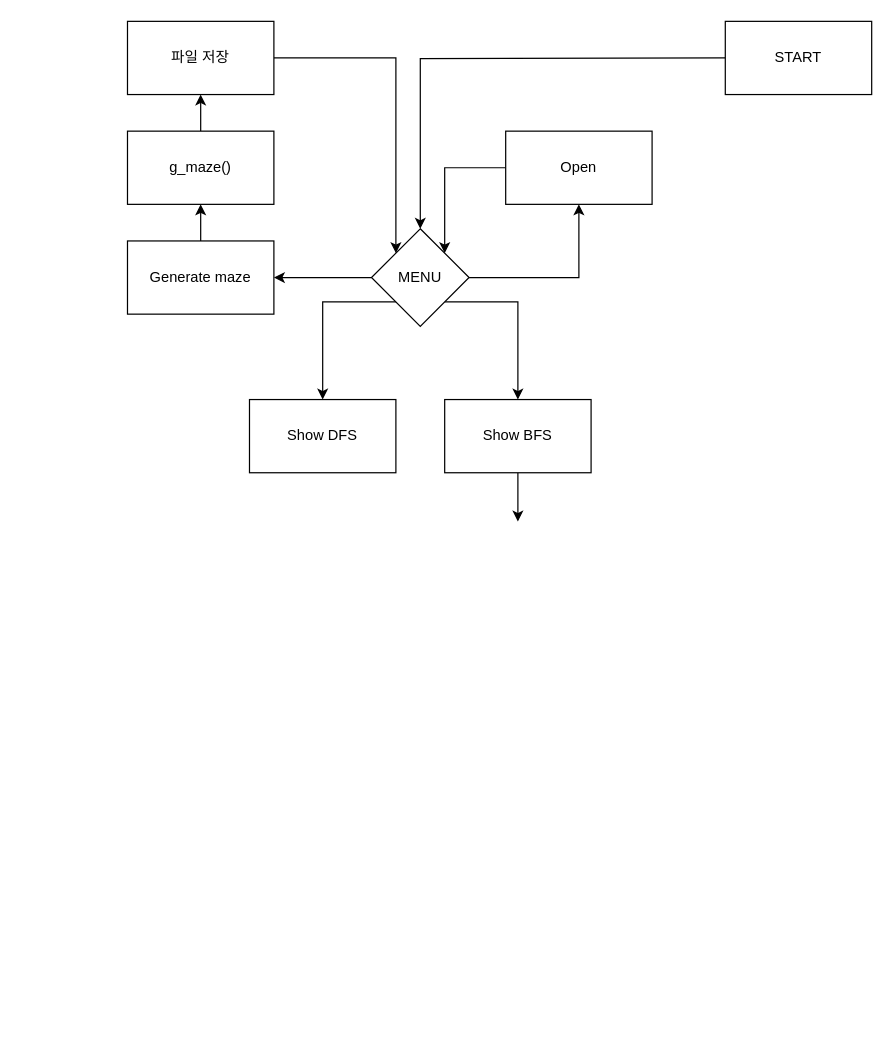
Above: maze_project.drawio in kmj582/draw.io (draw.io), before the change. Source tidied: cells renumbered, new cells numbered last; positions are measured from the earlier drawing's top-left corner, leaving out a move shared by most shapes. Both pictures are drawn from the tidied source at 122%, with x=0, y=0 at pixel (127, 21).
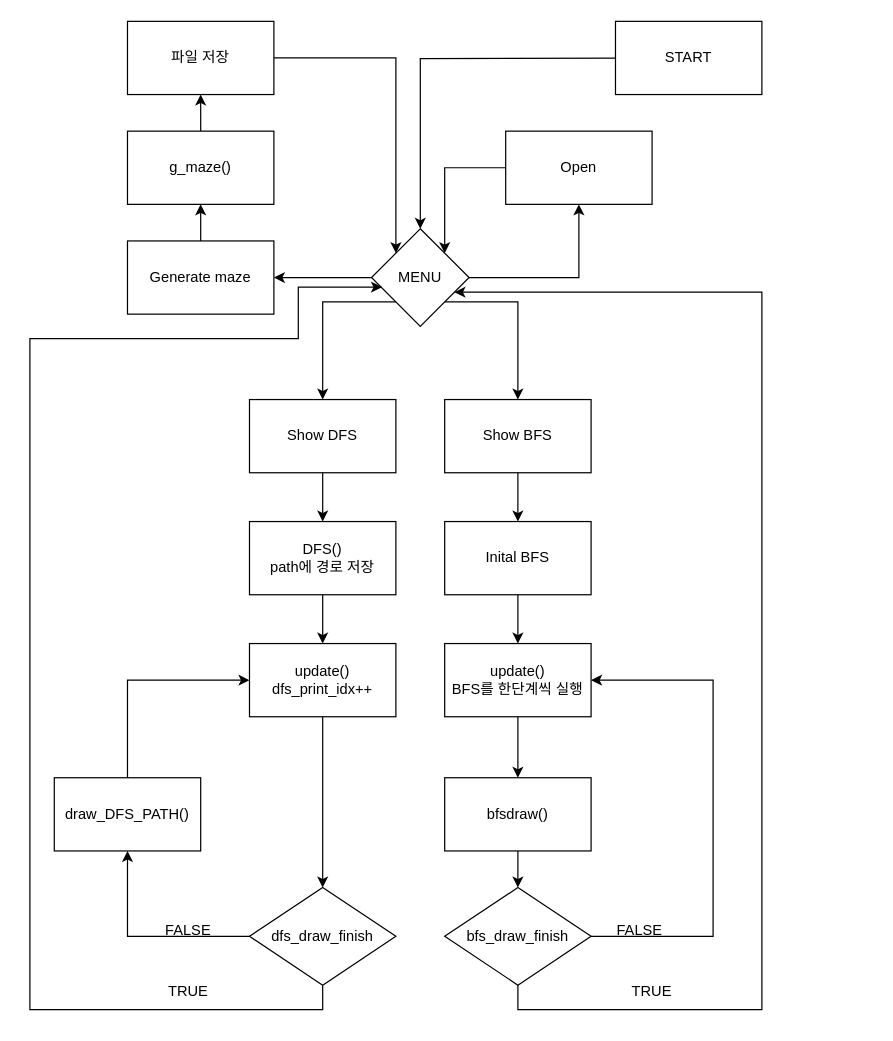
Above is the later version.

The change refers to these unchanged cells:
```xml
<mxCell id="6" value="MENU" style="rhombus;whiteSpace=wrap;html=1;" parent="1" vertex="1">
  <mxGeometry x="200" y="170" width="80" height="80" as="geometry" />
</mxCell>
<mxCell id="16" value="Show DFS" style="rounded=0;whiteSpace=wrap;html=1;" parent="1" vertex="1">
  <mxGeometry x="100" y="310" width="120" height="60" as="geometry" />
</mxCell>
```

Change to the diagram source:
```diff
@@
+    <mxCell id="20" style="edgeStyle=orthogonalEdgeStyle;rounded=0;jettySize=auto;html=1;exitX=0.5;exitY=1;exitDx=0;exitDy=0;entryX=0.5;entryY=0;entryDx=0;entryDy=0;" parent="1" edge="1" source="16" target="33">
+      <mxGeometry relative="1" as="geometry" />
+    </mxCell>
@@
     <mxCell id="19" value="START" style="rounded=0;whiteSpace=wrap;html=1;" parent="1" vertex="1">
-      <mxGeometry x="490" width="120" height="60" as="geometry" />
+      <mxGeometry x="400" width="120" height="60" as="geometry" />
     </mxCell>
+    <mxCell id="21" style="edgeStyle=orthogonalEdgeStyle;rounded=0;jettySize=auto;html=1;exitX=0.5;exitY=1;exitDx=0;exitDy=0;entryX=0.5;entryY=0;entryDx=0;entryDy=0;" parent="1" edge="1" source="22" target="26">
+      <mxGeometry relative="1" as="geometry" />
+    </mxCell>
+    <mxCell id="22" value="Inital BFS" style="rounded=0;whiteSpace=wrap;html=1;" parent="1" vertex="1">
+      <mxGeometry x="260" y="410" width="120" height="60" as="geometry" />
+    </mxCell>
+    <mxCell id="23" style="edgeStyle=orthogonalEdgeStyle;rounded=0;jettySize=auto;html=1;exitX=0.5;exitY=1;exitDx=0;exitDy=0;entryX=0.5;entryY=0;entryDx=0;entryDy=0;" parent="1" edge="1" source="24" target="29">
+      <mxGeometry relative="1" as="geometry" />
+    </mxCell>
+    <mxCell id="24" value="bfsdraw()" style="rounded=0;whiteSpace=wrap;html=1;" parent="1" vertex="1">
+      <mxGeometry x="260" y="620" width="120" height="60" as="geometry" />
+    </mxCell>
+    <mxCell id="25" style="edgeStyle=orthogonalEdgeStyle;rounded=0;jettySize=auto;html=1;exitX=0.5;exitY=1;exitDx=0;exitDy=0;entryX=0.5;entryY=0;entryDx=0;entryDy=0;" parent="1" edge="1" source="26" target="24">
+      <mxGeometry relative="1" as="geometry" />
+    </mxCell>
+    <mxCell id="26" value="update()&lt;br&gt;BFS를 한단계씩 실행" style="rounded=0;whiteSpace=wrap;html=1;" parent="1" vertex="1">
+      <mxGeometry x="260" y="510" width="120" height="60" as="geometry" />
+    </mxCell>
+    <mxCell id="27" style="edgeStyle=orthogonalEdgeStyle;rounded=0;jettySize=auto;html=1;entryX=1;entryY=0.5;entryDx=0;entryDy=0;" parent="1" edge="1" source="29" target="26">
+      <mxGeometry relative="1" as="geometry">
+        <Array as="points">
+          <mxPoint x="480" y="750" />
+          <mxPoint x="480" y="540" />
+        </Array>
+      </mxGeometry>
+    </mxCell>
+    <mxCell id="28" style="edgeStyle=orthogonalEdgeStyle;rounded=0;jettySize=auto;html=1;exitX=0.5;exitY=1;exitDx=0;exitDy=0;" parent="1" edge="1" source="29" target="6">
+      <mxGeometry relative="1" as="geometry">
+        <Array as="points">
+          <mxPoint x="320" y="810" />
+          <mxPoint x="520" y="810" />
+          <mxPoint x="520" y="222" />
+        </Array>
+      </mxGeometry>
+    </mxCell>
+    <mxCell id="29" value="bfs_draw_finish" style="rhombus;whiteSpace=wrap;html=1;" parent="1" vertex="1">
+      <mxGeometry x="260" y="710" width="120" height="80" as="geometry" />
+    </mxCell>
+    <mxCell id="30" value="TRUE" style="text;html=1;strokeColor=none;fillColor=none;align=center;verticalAlign=middle;whiteSpace=wrap;rounded=0;" parent="1" vertex="1">
+      <mxGeometry x="400" y="780" width="60" height="30" as="geometry" />
+    </mxCell>
+    <mxCell id="31" value="FALSE" style="text;html=1;strokeColor=none;fillColor=none;align=center;verticalAlign=middle;whiteSpace=wrap;rounded=0;" parent="1" vertex="1">
+      <mxGeometry x="390" y="730" width="60" height="30" as="geometry" />
+    </mxCell>
+    <mxCell id="32" style="edgeStyle=orthogonalEdgeStyle;rounded=0;jettySize=auto;html=1;exitX=0.5;exitY=1;exitDx=0;exitDy=0;entryX=0.5;entryY=0;entryDx=0;entryDy=0;" parent="1" edge="1" source="33" target="35">
+      <mxGeometry relative="1" as="geometry" />
+    </mxCell>
+    <mxCell id="33" value="DFS()&lt;br&gt;path에 경로 저장" style="rounded=0;whiteSpace=wrap;html=1;" parent="1" vertex="1">
+      <mxGeometry x="100" y="410" width="120" height="60" as="geometry" />
+    </mxCell>
+    <mxCell id="34" style="edgeStyle=orthogonalEdgeStyle;rounded=0;jettySize=auto;html=1;entryX=0.5;entryY=0;entryDx=0;entryDy=0;" parent="1" edge="1" source="35" target="38">
+      <mxGeometry relative="1" as="geometry" />
+    </mxCell>
+    <mxCell id="35" value="update()&lt;br&gt;dfs_print_idx++" style="rounded=0;whiteSpace=wrap;html=1;" parent="1" vertex="1">
+      <mxGeometry x="100" y="510" width="120" height="60" as="geometry" />
+    </mxCell>
+    <mxCell id="36" style="edgeStyle=orthogonalEdgeStyle;rounded=0;jettySize=auto;html=1;exitX=0;exitY=0.5;exitDx=0;exitDy=0;" parent="1" edge="1" source="38" target="40">
+      <mxGeometry relative="1" as="geometry" />
+    </mxCell>
+    <mxCell id="37" style="edgeStyle=orthogonalEdgeStyle;rounded=0;jettySize=auto;html=1;exitX=0.5;exitY=1;exitDx=0;exitDy=0;entryX=0.108;entryY=0.598;entryDx=0;entryDy=0;entryPerimeter=0;" parent="1" edge="1" source="38" target="6">
+      <mxGeometry relative="1" as="geometry">
+        <Array as="points">
+          <mxPoint x="160" y="810" />
+          <mxPoint x="-80" y="810" />
+          <mxPoint x="-80" y="260" />
+          <mxPoint x="140" y="260" />
+          <mxPoint x="140" y="218" />
+        </Array>
+      </mxGeometry>
+    </mxCell>
+    <mxCell id="38" value="dfs_draw_finish" style="rhombus;whiteSpace=wrap;html=1;" parent="1" vertex="1">
+      <mxGeometry x="100" y="710" width="120" height="80" as="geometry" />
+    </mxCell>
+    <mxCell id="39" style="edgeStyle=orthogonalEdgeStyle;rounded=0;jettySize=auto;html=1;entryX=0;entryY=0.5;entryDx=0;entryDy=0;" parent="1" edge="1" source="40" target="35">
+      <mxGeometry relative="1" as="geometry">
+        <Array as="points">
+          <mxPoint y="540" />
+        </Array>
+      </mxGeometry>
+    </mxCell>
+    <mxCell id="40" value="draw_DFS_PATH()" style="rounded=0;whiteSpace=wrap;html=1;" parent="1" vertex="1">
+      <mxGeometry x="-60" y="620" width="120" height="60" as="geometry" />
+    </mxCell>
+    <mxCell id="41" value="FALSE" style="text;html=1;strokeColor=none;fillColor=none;align=center;verticalAlign=middle;whiteSpace=wrap;rounded=0;" parent="1" vertex="1">
+      <mxGeometry x="20" y="730" width="60" height="30" as="geometry" />
+    </mxCell>
+    <mxCell id="42" value="TRUE" style="text;html=1;strokeColor=none;fillColor=none;align=center;verticalAlign=middle;whiteSpace=wrap;rounded=0;" parent="1" vertex="1">
+      <mxGeometry x="20" y="780" width="60" height="30" as="geometry" />
+    </mxCell>
```
